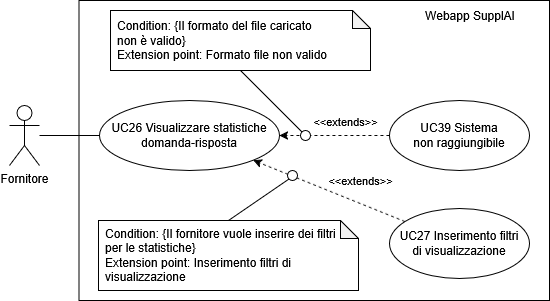
Above: 2 - RTB/imgs/filtri-statistiche.png in CodeHex16/documentazione (draw.io), before the change. Source tidied: cells renumbered, new cells last; positions are measured from the earlier drawing's top-left corner, leaving out a move shared by most shapes.
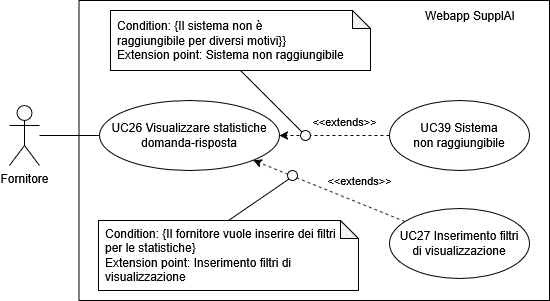
The same diagram one commit later.

Diff of the diagram source:
```diff
@@ -36,7 +36,7 @@
     <mxCell id="11" value="&lt;div&gt;UC27 Inserimento filtri&lt;/div&gt;&lt;div&gt;di visualizzazione&lt;/div&gt;" style="ellipse;whiteSpace=wrap;html=1;" parent="1" vertex="1">
       <mxGeometry x="380" y="208" width="140" height="70" as="geometry" />
     </mxCell>
-    <mxCell id="12" value="&lt;div align=&quot;left&quot; style=&quot;padding-left: 5px;&quot;&gt;Condition: {Il formato del file caricato&lt;/div&gt;&lt;div align=&quot;left&quot; style=&quot;padding-left: 5px;&quot;&gt;non è valido}&lt;/div&gt;&lt;div align=&quot;left&quot; style=&quot;padding-left: 5px;&quot;&gt;Extension point: Formato file non valido&lt;/div&gt;" style="shape=note;whiteSpace=wrap;html=1;backgroundOutline=1;darkOpacity=0.05;size=18;align=left;" parent="1" vertex="1">
+    <mxCell id="12" value="&lt;div align=&quot;left&quot; style=&quot;padding-left: 5px;&quot;&gt;Condition: {Il sistema non è&amp;nbsp;&lt;/div&gt;&lt;div align=&quot;left&quot; style=&quot;padding-left: 5px;&quot;&gt;raggiungibile per diversi motivi}}&lt;/div&gt;&lt;div align=&quot;left&quot; style=&quot;padding-left: 5px;&quot;&gt;Extension point: Sistema non raggiungibile&lt;/div&gt;" style="shape=note;whiteSpace=wrap;html=1;backgroundOutline=1;darkOpacity=0.05;size=18;align=left;" parent="1" vertex="1">
       <mxGeometry x="101" y="10" width="260" height="60" as="geometry" />
     </mxCell>
     <mxCell id="13" style="ellipse;whiteSpace=wrap;html=1;" parent="1" vertex="1">
```
